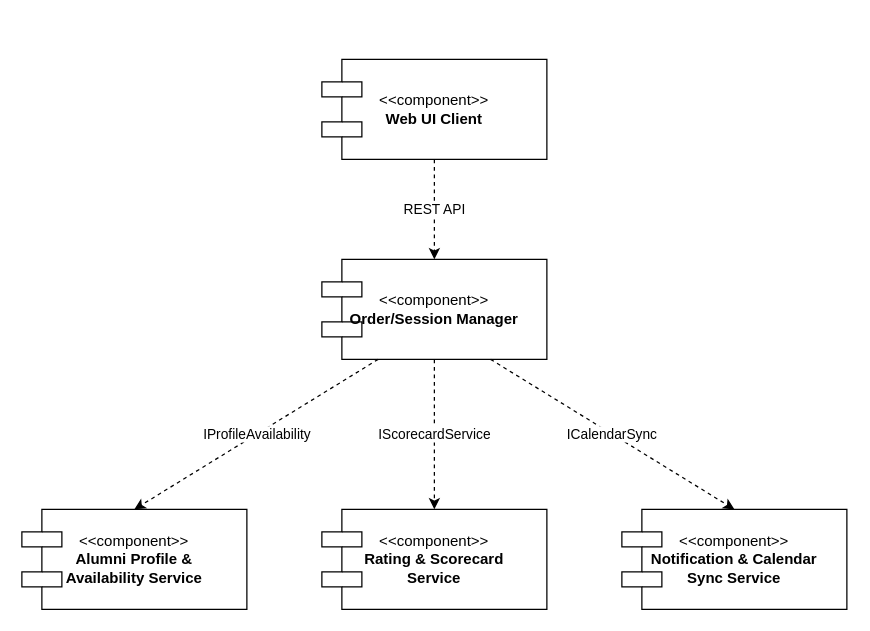
The draw.io diagram 2-Architectural_Diagram/Lab_3_Component_Diagram.drawio in youngcaptainkeos/mentorAlumniPlatform_PES1UG24CS434-LAB3-ShashankK, before the edit. Source tidied: cells renumbered, new cells numbered last; positions are measured from the earlier drawing's top-left corner, leaving out a move shared by most shapes. Both pictures are drawn from the tidied source at 125%, with x=0, y=0 at pixel (21, 59).
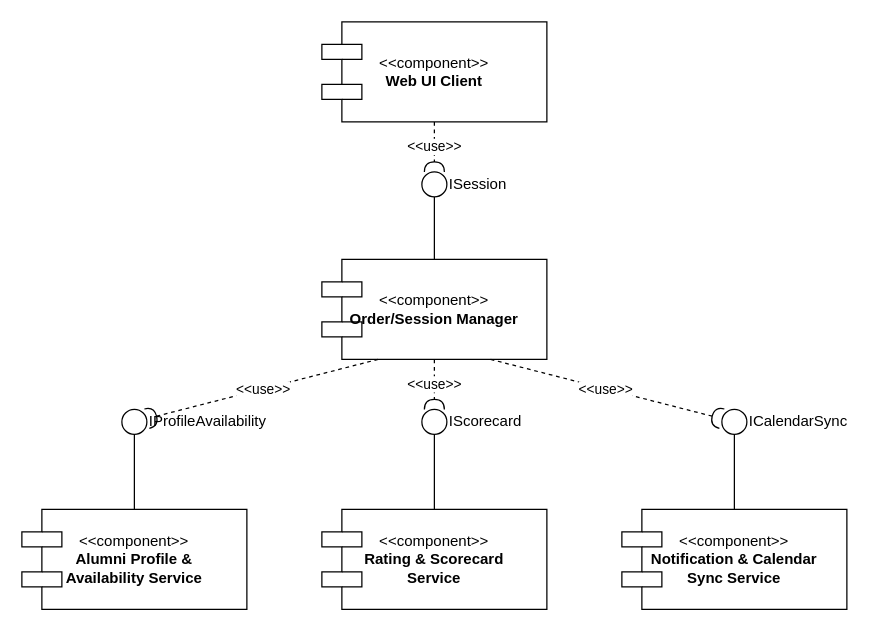
After the change.

Commit message (it also covers changes not shown here):
Update component diagram to strictly follow Ball and Socket UML notation guidelines

Change to the diagram source:
```diff
@@
 <mxGraphModel>
   <root>
     <mxCell id="0" />
     <mxCell id="1" parent="0" />
     <mxCell id="2" value="&amp;lt;&amp;lt;component&amp;gt;&amp;gt;&lt;br&gt;&lt;b&gt;Web UI Client&lt;/b&gt;" style="shape=component;align=center;spacingLeft=0;html=1;whiteSpace=wrap;" parent="1" vertex="1">
-      <mxGeometry x="240" width="180" height="80" as="geometry" />
+      <mxGeometry x="240" y="-30" width="180" height="80" as="geometry" />
     </mxCell>
     <mxCell id="3" value="&amp;lt;&amp;lt;component&amp;gt;&amp;gt;&lt;br&gt;&lt;b&gt;Order/Session Manager&lt;/b&gt;" style="shape=component;align=center;spacingLeft=0;html=1;whiteSpace=wrap;" parent="1" vertex="1">
       <mxGeometry x="240" y="160" width="180" height="80" as="geometry" />
     </mxCell>
     <mxCell id="4" value="&amp;lt;&amp;lt;component&amp;gt;&amp;gt;&lt;br&gt;&lt;b&gt;Alumni Profile &amp;amp;&lt;br&gt;Availability Service&lt;/b&gt;" style="shape=component;align=center;spacingLeft=0;html=1;whiteSpace=wrap;" parent="1" vertex="1">
       <mxGeometry y="360" width="180" height="80" as="geometry" />
     </mxCell>
     <mxCell id="5" value="&amp;lt;&amp;lt;component&amp;gt;&amp;gt;&lt;br&gt;&lt;b&gt;Rating &amp;amp; Scorecard&lt;br&gt;Service&lt;/b&gt;" style="shape=component;align=center;spacingLeft=0;html=1;whiteSpace=wrap;" parent="1" vertex="1">
       <mxGeometry x="240" y="360" width="180" height="80" as="geometry" />
     </mxCell>
     <mxCell id="6" value="&amp;lt;&amp;lt;component&amp;gt;&amp;gt;&lt;br&gt;&lt;b&gt;Notification &amp;amp; Calendar&lt;br&gt;Sync Service&lt;/b&gt;" style="shape=component;align=center;spacingLeft=0;html=1;whiteSpace=wrap;" parent="1" vertex="1">
       <mxGeometry x="480" y="360" width="180" height="80" as="geometry" />
     </mxCell>
-    <mxCell id="7" value="REST API" style="endArrow=classic;dashed=1;html=1;exitX=0.5;exitY=1;exitDx=0;exitDy=0;entryX=0.5;entryY=0;entryDx=0;entryDy=0;" parent="1" edge="1" source="2" target="3">
-      <mxGeometry relative="1" as="geometry" />
-    </mxCell>
+    <mxCell id="11" value="ISession" style="shape=ellipse;whiteSpace=wrap;html=1;align=left;labelPosition=right;verticalLabelPosition=middle;verticalAlign=middle;" parent="1" vertex="1">
+      <mxGeometry x="320" y="90" width="20" height="20" as="geometry" />
+    </mxCell>
+    <mxCell id="12" style="endArrow=none;html=1;exitX=0.5;exitY=0;exitDx=0;exitDy=0;entryX=0.5;entryY=1;entryDx=0;entryDy=0;" parent="1" edge="1" source="3" target="11">
+      <mxGeometry relative="1" as="geometry" />
+    </mxCell>
-    <mxCell id="8" value="IProfileAvailability" style="endArrow=classic;dashed=1;html=1;exitX=0.25;exitY=1;exitDx=0;exitDy=0;entryX=0.5;entryY=0;entryDx=0;entryDy=0;" parent="1" edge="1" source="3" target="4">
-      <mxGeometry relative="1" as="geometry" />
+    <mxCell id="8" value="IProfileAvailability" style="shape=ellipse;whiteSpace=wrap;html=1;align=left;labelPosition=right;" parent="1" vertex="1">
+      <mxGeometry x="80" y="280" width="20" height="20" as="geometry" />
     </mxCell>
-    <mxCell id="9" value="IScorecardService" style="endArrow=classic;dashed=1;html=1;exitX=0.5;exitY=1;exitDx=0;exitDy=0;entryX=0.5;entryY=0;entryDx=0;entryDy=0;" parent="1" edge="1" source="3" target="5">
-      <mxGeometry relative="1" as="geometry" />
-    </mxCell>
+    <mxCell id="13" style="endArrow=none;html=1;exitX=0.5;exitY=0;exitDx=0;exitDy=0;" parent="1" edge="1" source="4" target="8">
+      <mxGeometry relative="1" as="geometry" />
+    </mxCell>
+    <mxCell id="14" value="IScorecard" style="shape=ellipse;whiteSpace=wrap;html=1;align=left;labelPosition=right;" parent="1" vertex="1">
+      <mxGeometry x="320" y="280" width="20" height="20" as="geometry" />
+    </mxCell>
+    <mxCell id="15" style="endArrow=none;html=1;exitX=0.5;exitY=0;exitDx=0;exitDy=0;" parent="1" edge="1" source="5" target="14">
+      <mxGeometry relative="1" as="geometry" />
+    </mxCell>
-    <mxCell id="10" value="ICalendarSync" style="endArrow=classic;dashed=1;html=1;exitX=0.75;exitY=1;exitDx=0;exitDy=0;entryX=0.5;entryY=0;entryDx=0;entryDy=0;" parent="1" edge="1" source="3" target="6">
-      <mxGeometry relative="1" as="geometry" />
+    <mxCell id="10" value="ICalendarSync" style="shape=ellipse;whiteSpace=wrap;html=1;align=left;labelPosition=right;" parent="1" vertex="1">
+      <mxGeometry x="560" y="280" width="20" height="20" as="geometry" />
     </mxCell>
+    <mxCell id="16" style="endArrow=none;html=1;exitX=0.5;exitY=0;exitDx=0;exitDy=0;" parent="1" edge="1" source="6" target="10">
+      <mxGeometry relative="1" as="geometry" />
+    </mxCell>
+    <mxCell id="17" value="&amp;lt;&amp;lt;use&amp;gt;&amp;gt;" style="endArrow=halfCircle;dashed=1;html=1;endFill=0;exitX=0.5;exitY=1;exitDx=0;exitDy=0;entryX=0.5;entryY=0;entryDx=0;entryDy=0;" parent="1" edge="1" source="2" target="11">
+      <mxGeometry relative="1" as="geometry" />
+    </mxCell>
+    <mxCell id="18" value="&amp;lt;&amp;lt;use&amp;gt;&amp;gt;" style="endArrow=halfCircle;dashed=1;html=1;endFill=0;exitX=0.25;exitY=1;exitDx=0;exitDy=0;" parent="1" edge="1" source="3" target="8">
+      <mxGeometry relative="1" as="geometry" />
+    </mxCell>
+    <mxCell id="19" value="&amp;lt;&amp;lt;use&amp;gt;&amp;gt;" style="endArrow=halfCircle;dashed=1;html=1;endFill=0;exitX=0.5;exitY=1;exitDx=0;exitDy=0;" parent="1" edge="1" source="3" target="14">
+      <mxGeometry relative="1" as="geometry" />
+    </mxCell>
+    <mxCell id="20" value="&amp;lt;&amp;lt;use&amp;gt;&amp;gt;" style="endArrow=halfCircle;dashed=1;html=1;endFill=0;exitX=0.75;exitY=1;exitDx=0;exitDy=0;" parent="1" edge="1" source="3" target="10">
+      <mxGeometry relative="1" as="geometry" />
+    </mxCell>
   </root>
 </mxGraphModel>
```
